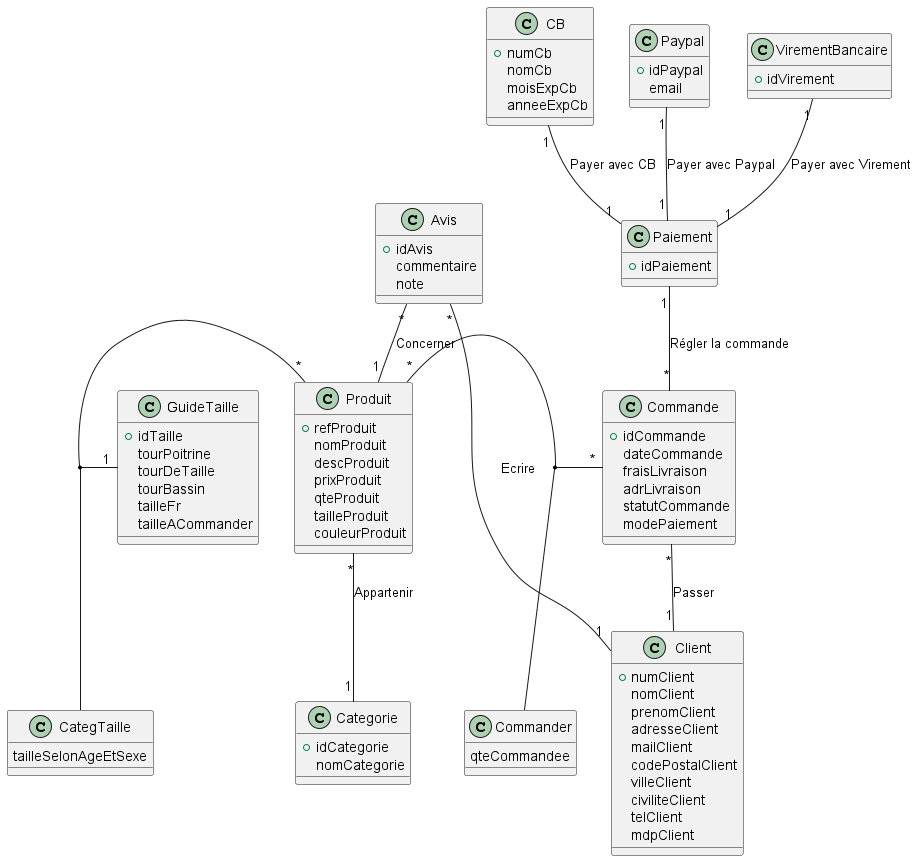
IUT-Blagnac/SAE-3-01-DevApp-G11-DisguiseHub keeps this PlantUML diagram as docs/BD/Diagramme de classes métiers BD SAE3.01.png. Above is the earlier version.
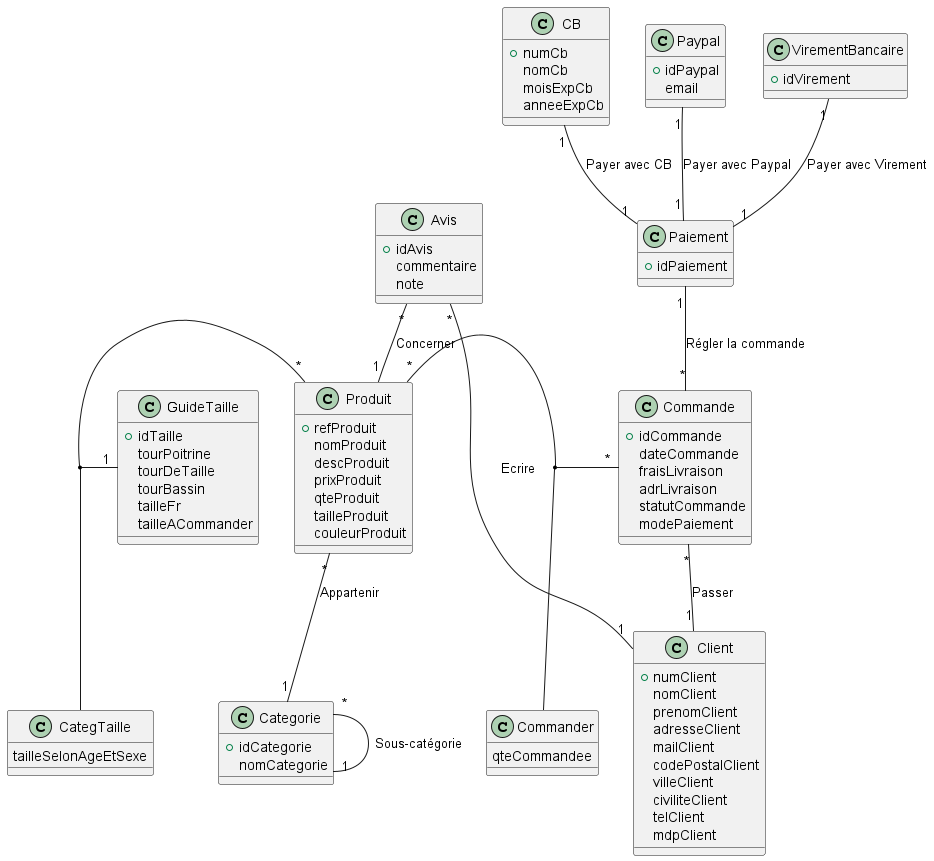
The same diagram one commit later.

Diff of the diagram source:
```diff
@@ -92,6 +92,7 @@
 GuideTaille "1" - "*" Produit
 (GuideTaille, Produit) -- CategTaille
 Avis "*" -- "1" Client: Ecrire
+Categorie "*" -- "1" Categorie : Sous-catégorie
 VirementBancaire "1" -- "1" Paiement : Payer avec Virement
 
 @enduml
```
